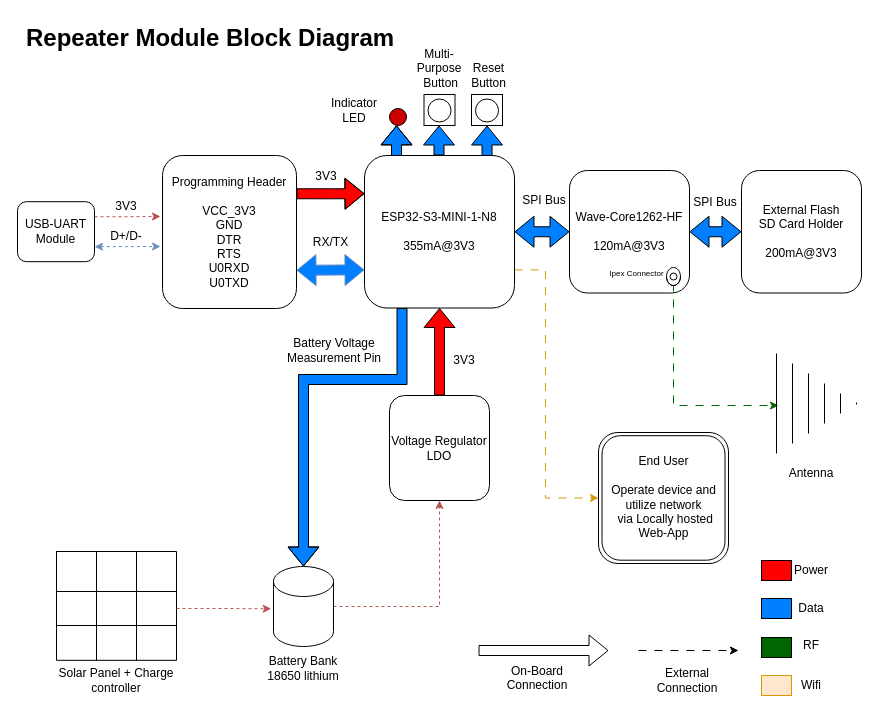
This is pcb-references/RepeaterModuleBlock.drawio from flora-comms/flora-hardware, a draw.io file, before an edit. Source tidied: cells renumbered, new cells numbered last; positions are measured from the earlier drawing's top-left corner, leaving out a move shared by most shapes. Both pictures are drawn from the tidied source at 100%, with x=0, y=0 at pixel (17, 17).
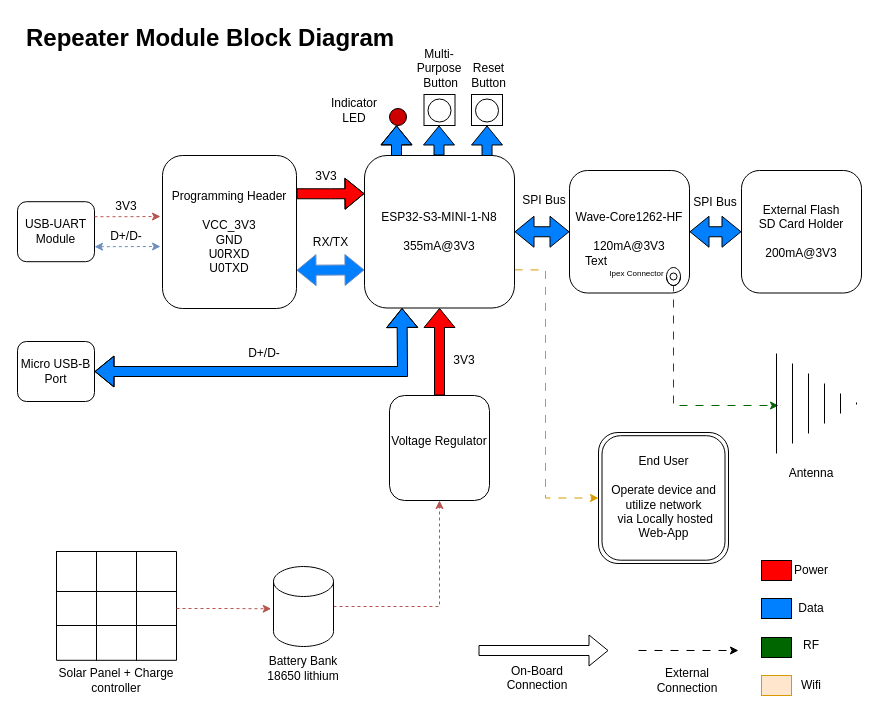
After the change.

Unchanged cells that the change refers to:
```xml
<mxCell id="6" value="ESP32-S3-MINI-1-N8&lt;div&gt;&lt;br&gt;&lt;/div&gt;&lt;div&gt;355mA@3V3&lt;/div&gt;" style="rounded=1;whiteSpace=wrap;html=1;" parent="1" vertex="1">
  <mxGeometry x="347" y="138" width="150" height="152.5" as="geometry" />
</mxCell>
<mxCell id="10" style="shape=cylinder3;whiteSpace=wrap;html=1;boundedLbl=1;backgroundOutline=1;size=15;" parent="1" vertex="1">
  <mxGeometry x="256" y="549" width="60" height="80" as="geometry" />
</mxCell>
```

What changed in the source:
```diff
@@
-    <mxCell id="12" value="Voltage Regulator&lt;div&gt;LDO&lt;/div&gt;" style="rounded=1;whiteSpace=wrap;html=1;" parent="1" vertex="1">
+    <mxCell id="12" value="Voltage Regulator&lt;div&gt;&lt;br&gt;&lt;/div&gt;" style="rounded=1;whiteSpace=wrap;html=1;" parent="1" vertex="1">
       <mxGeometry x="372" y="378" width="100" height="105" as="geometry" />
     </mxCell>
@@
-    <mxCell id="35" value="Battery Voltage Measurement Pin" style="text;html=1;align=center;verticalAlign=middle;whiteSpace=wrap;rounded=0;" parent="1" vertex="1">
-      <mxGeometry x="262" y="318" width="110" height="30" as="geometry" />
-    </mxCell>
@@
-    <mxCell id="63" value="&lt;div&gt;Programming Header&lt;/div&gt;&lt;div&gt;&lt;br&gt;&lt;/div&gt;VCC_3V3&lt;div&gt;GND&lt;/div&gt;&lt;div&gt;DTR&lt;/div&gt;&lt;div&gt;RTS&lt;/div&gt;&lt;div&gt;U0RXD&lt;/div&gt;&lt;div&gt;U0TXD&lt;/div&gt;" style="rounded=1;whiteSpace=wrap;html=1;" parent="1" vertex="1">
+    <mxCell id="63" value="&lt;div&gt;Programming Header&lt;/div&gt;&lt;div&gt;&lt;br&gt;&lt;/div&gt;VCC_3V3&lt;div&gt;GND&lt;/div&gt;&lt;div&gt;U0RXD&lt;/div&gt;&lt;div&gt;U0TXD&lt;/div&gt;" style="rounded=1;whiteSpace=wrap;html=1;" parent="1" vertex="1">
       <mxGeometry x="145" y="138" width="134" height="153" as="geometry" />
     </mxCell>
@@
-    <mxCell id="72" style="edgeStyle=orthogonalEdgeStyle;rounded=0;jettySize=auto;html=1;exitX=0.25;exitY=1;exitDx=0;exitDy=0;entryX=0.5;entryY=0;entryDx=0;entryDy=0;entryPerimeter=0;shape=flexArrow;fillColor=#007FFF;" parent="1" edge="1" source="6" target="10">
-      <mxGeometry relative="1" as="geometry">
-        <Array as="points">
-          <mxPoint x="385" y="362" />
-          <mxPoint x="286" y="362" />
-        </Array>
-      </mxGeometry>
-    </mxCell>
@@
+    <mxCell id="75" value="Micro USB-B&lt;div&gt;Port&lt;/div&gt;" style="rounded=1;whiteSpace=wrap;html=1;" parent="1" vertex="1">
+      <mxGeometry y="324" width="77" height="60" as="geometry" />
+    </mxCell>
+    <mxCell id="76" style="shape=flexArrow;endArrow=classic;startArrow=classic;html=1;rounded=0;entryX=0.25;entryY=1;entryDx=0;entryDy=0;exitX=1;exitY=0.5;exitDx=0;exitDy=0;strokeColor=#000000;fillColor=#007FFF;" parent="1" edge="1" source="75" target="6">
+      <mxGeometry relative="1" as="geometry">
+        <Array as="points">
+          <mxPoint x="385" y="354" />
+        </Array>
+      </mxGeometry>
+    </mxCell>
+    <mxCell id="77" value="Text" style="text;html=1;align=center;verticalAlign=middle;whiteSpace=wrap;rounded=0;" parent="1" vertex="1">
+      <mxGeometry x="549" y="229" width="60" height="30" as="geometry" />
+    </mxCell>
+    <mxCell id="78" value="D+/D-" style="text;html=1;align=center;verticalAlign=middle;whiteSpace=wrap;rounded=0;" parent="1" vertex="1">
+      <mxGeometry x="217" y="321" width="60" height="30" as="geometry" />
+    </mxCell>
```
